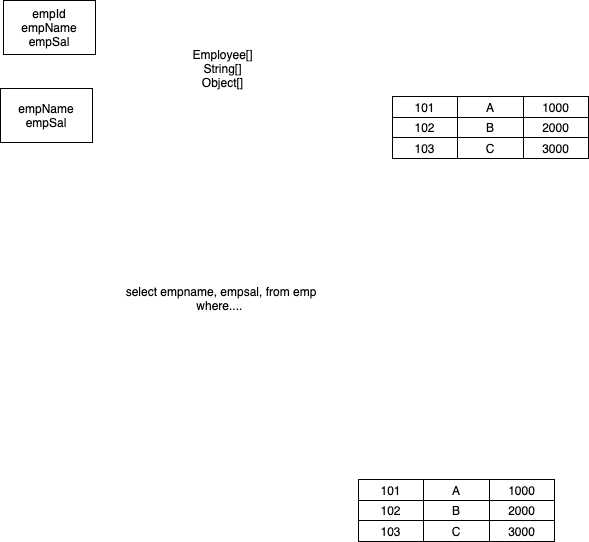
This is images/day13.drawio.png from adithnaveen/sapient-inters-jan-2022, a draw.io export, as it was before one commit. Source tidied: cells renumbered, new cells last; positions are measured from the earlier drawing's top-left corner, leaving out a move shared by most shapes.
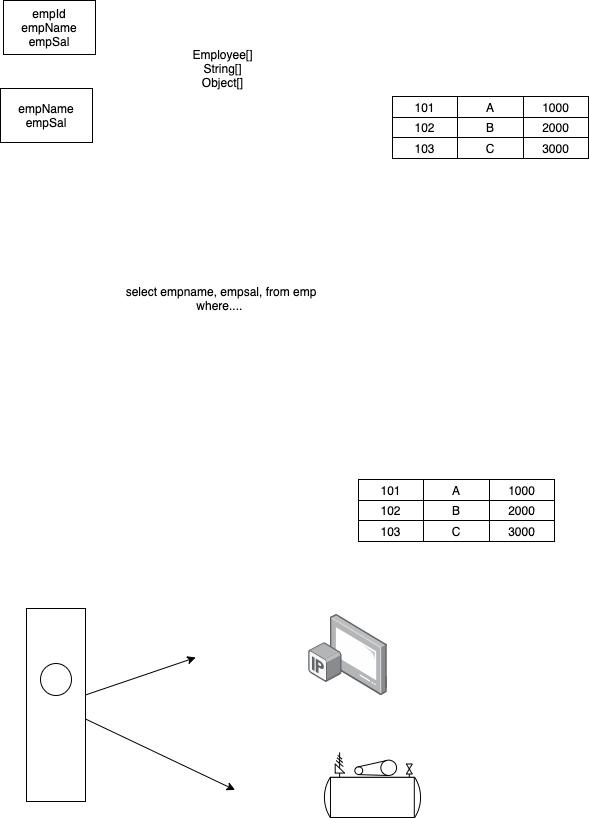
Above is the later version.

Diff of the diagram source:
```diff
@@ -92,5 +92,27 @@
     <mxCell id="31" value="3000" style="shape=partialRectangle;html=1;whiteSpace=wrap;fillColor=none;top=0;left=0;bottom=0;right=0;overflow=hidden;" parent="28" vertex="1">
       <mxGeometry x="131" width="65" height="21" as="geometry" />
     </mxCell>
+    <mxCell id="32" style="edgeStyle=none;html=1;" parent="1" edge="1" source="34">
+      <mxGeometry relative="1" as="geometry">
+        <mxPoint x="195.2" y="657" as="targetPoint" />
+      </mxGeometry>
+    </mxCell>
+    <mxCell id="33" style="edgeStyle=none;html=1;" parent="1" edge="1" source="34">
+      <mxGeometry relative="1" as="geometry">
+        <mxPoint x="234.5" y="789.5" as="targetPoint" />
+      </mxGeometry>
+    </mxCell>
+    <mxCell id="34" style="rounded=0;whiteSpace=wrap;html=1;" parent="1" vertex="1">
+      <mxGeometry x="26" y="608" width="59" height="193" as="geometry" />
+    </mxCell>
+    <mxCell id="35" style="ellipse;whiteSpace=wrap;html=1;" parent="1" vertex="1">
+      <mxGeometry x="40" y="663" width="31" height="32" as="geometry" />
+    </mxCell>
+    <mxCell id="36" style="html=1;align=center;shadow=0;dashed=0;image;image=img/lib/allied_telesis/computer_and_terminals/IP_TV.svg;" parent="1" vertex="1">
+      <mxGeometry x="308" y="614" width="79.1" height="81" as="geometry" />
+    </mxCell>
+    <mxCell id="37" style="verticalLabelPosition=bottom;align=center;dashed=0;html=1;verticalAlign=top;shape=mxgraph.pid.compressors.ac_air_compressor;" parent="1" vertex="1">
+      <mxGeometry x="322" y="752" width="100" height="65" as="geometry" />
+    </mxCell>
   </root>
 </mxGraphModel>
```
